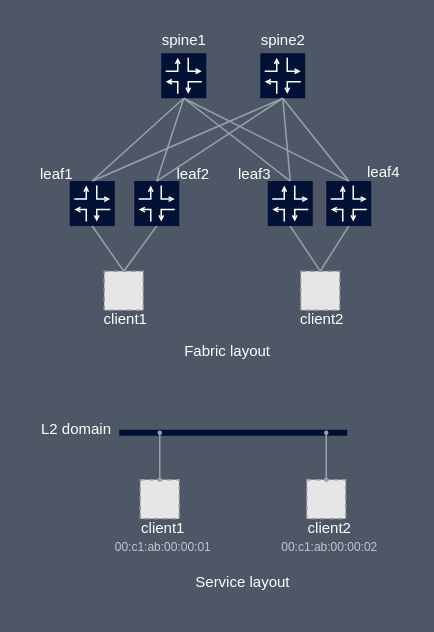
This is page "[0] topo" (1 of 11) of opergroup.drawio from srl-labs/learn-srlinux, a draw.io file, before an edit. Source tidied: cells renumbered, new cells numbered last; positions are measured from the earlier drawing's top-left corner, leaving out a move shared by most shapes. Both pictures are drawn from the tidied source at 150%, with x=0, y=0 at pixel (26, 26). Pictures stored in the file or linked from it are replaced by grey dashed boxes.
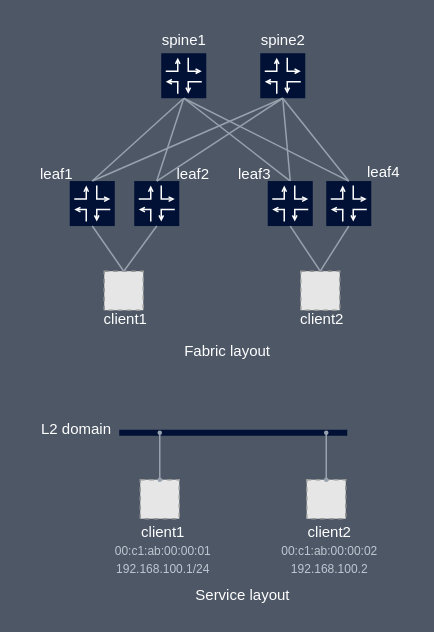
The same diagram, later.

The edit, as a diff of the source:
```diff
@@
-    <mxCell id="60" value="&lt;font&gt;client1&lt;br&gt;&lt;font color=&quot;#bec8d2&quot;&gt;&lt;span style=&quot;font-size: 8px&quot;&gt;00:c1:ab:00:00:01&lt;/span&gt;&lt;/font&gt;&lt;br&gt;&lt;/font&gt;" style="text;html=1;align=center;verticalAlign=middle;fontSize=10;fontFamily=Manrope;fontStyle=0;fontColor=#FFFFFF;" parent="1" vertex="1">
-      <mxGeometry x="52" y="325" width="77" height="30" as="geometry" />
+    <mxCell id="60" value="&lt;font&gt;client1&lt;br&gt;&lt;font color=&quot;#bec8d2&quot;&gt;&lt;span style=&quot;font-size: 8px&quot;&gt;00:c1:ab:00:00:01&lt;br&gt;&lt;/span&gt;&lt;/font&gt;&lt;span style=&quot;color: rgb(190 , 200 , 210) ; font-size: 8px&quot;&gt;192.168.100.1/24&lt;/span&gt;&lt;br&gt;&lt;/font&gt;" style="text;html=1;align=center;verticalAlign=middle;fontSize=10;fontFamily=Manrope;fontStyle=0;fontColor=#FFFFFF;" parent="1" vertex="1">
+      <mxGeometry x="52" y="328" width="77" height="42" as="geometry" />
     </mxCell>
-    <mxCell id="61" value="&lt;font&gt;client2&lt;br&gt;&lt;font color=&quot;#bec8d2&quot;&gt;&lt;span style=&quot;font-size: 8px&quot;&gt;00:c1:ab:00:00:02&lt;/span&gt;&lt;/font&gt;&lt;br&gt;&lt;/font&gt;" style="text;html=1;align=center;verticalAlign=middle;fontSize=10;fontFamily=Manrope;fontStyle=0;fontColor=#FFFFFF;" parent="1" vertex="1">
-      <mxGeometry x="162" y="325" width="79" height="30" as="geometry" />
+    <mxCell id="61" value="&lt;font&gt;client2&lt;br&gt;&lt;font color=&quot;#bec8d2&quot;&gt;&lt;span style=&quot;font-size: 8px&quot;&gt;00:c1:ab:00:00:02&lt;br&gt;&lt;/span&gt;&lt;/font&gt;&lt;span style=&quot;color: rgb(190 , 200 , 210) ; font-size: 8px&quot;&gt;192.168.100.2&lt;/span&gt;&lt;br&gt;&lt;/font&gt;" style="text;html=1;align=center;verticalAlign=middle;fontSize=10;fontFamily=Manrope;fontStyle=0;fontColor=#FFFFFF;" parent="1" vertex="1">
+      <mxGeometry x="162" y="328" width="79" height="42" as="geometry" />
     </mxCell>
@@
     <mxCell id="68" value="&lt;font style=&quot;font-size: 10px&quot; color=&quot;#ffffff&quot;&gt;Service layout&lt;/font&gt;" style="text;html=1;align=right;verticalAlign=middle;fontSize=10;fontFamily=Manrope;fontColor=#001135;" parent="1" vertex="1">
-      <mxGeometry x="101" y="361" width="76" height="17" as="geometry" />
+      <mxGeometry x="101" y="370" width="76" height="17" as="geometry" />
     </mxCell>
```
